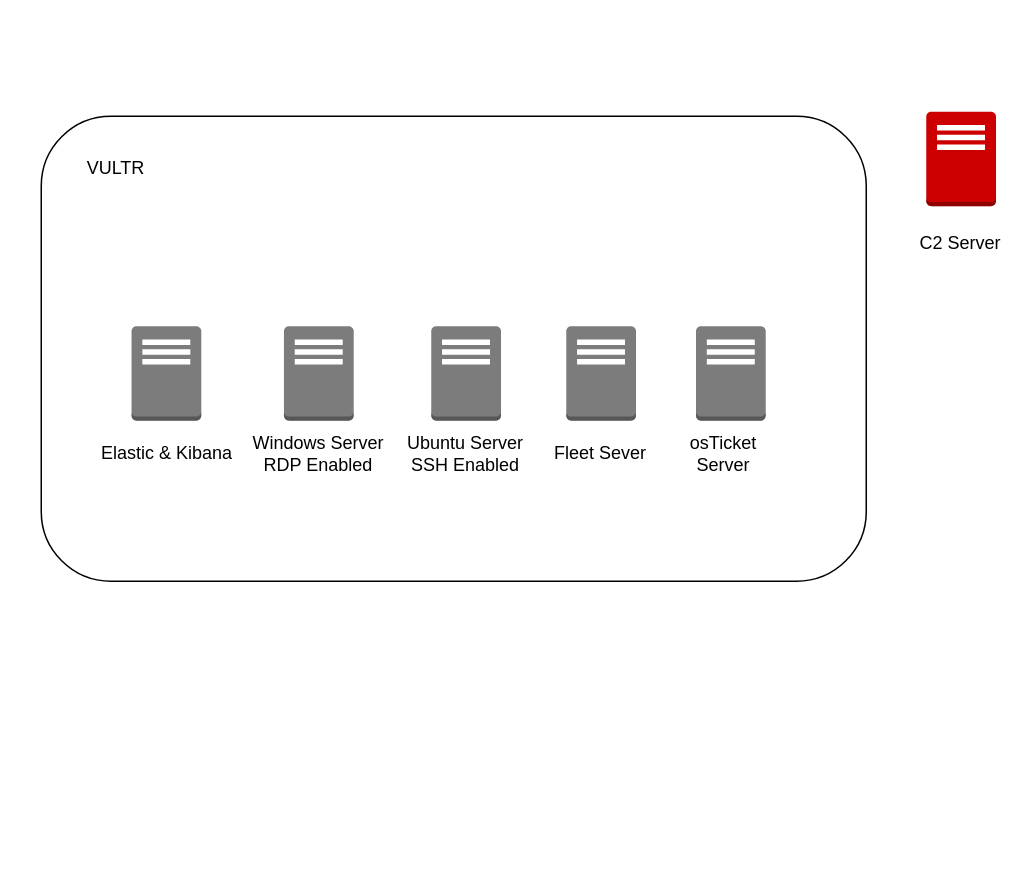
This is Untitled Diagram.drawio from ShowtimeSumlin/SOC-Analyst-Challenge, a draw.io file, before an edit. Source tidied: cells renumbered, new cells numbered last; positions are measured from the earlier drawing's top-left corner, leaving out a move shared by most shapes. Both pictures are drawn from the tidied source at 150%, with x=0, y=0 at pixel (40, 111).
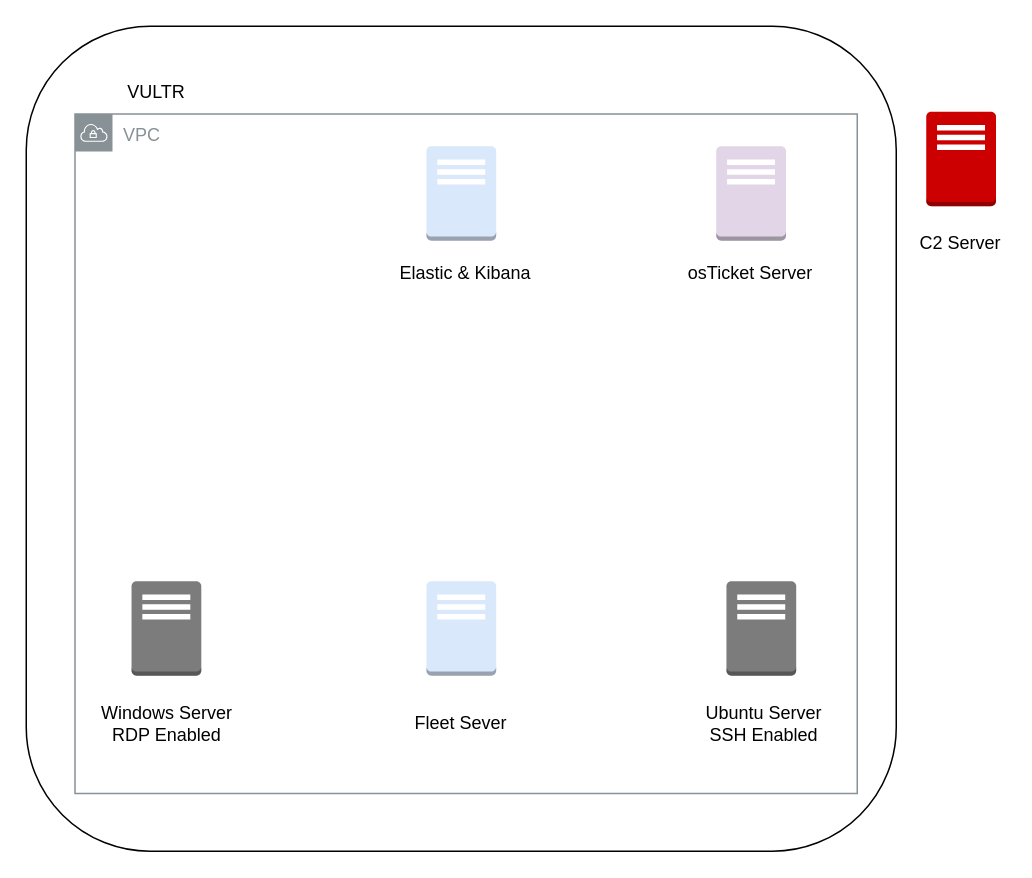
Above is the later version.

What changed in the source:
```diff
@@
 <mxGraphModel>
   <root>
     <mxCell id="0" />
     <mxCell id="1" parent="0" />
     <mxCell id="2" style="rounded=1;whiteSpace=wrap;html=1;" parent="1" vertex="1">
-      <mxGeometry y="3" width="550" height="310" as="geometry" />
+      <mxGeometry x="-10" y="-57" width="580" height="550" as="geometry" />
     </mxCell>
+    <mxCell id="16" value="VPC" style="sketch=0;gradientColor=none;html=1;whiteSpace=wrap;fontSize=12;fontStyle=0;shape=mxgraph.aws4.group;grIcon=mxgraph.aws4.group_vpc;strokeColor=#879196;fillColor=none;verticalAlign=top;align=left;spacingLeft=30;fontColor=#879196;dashed=0;" parent="1" vertex="1">
+      <mxGeometry x="22.5" y="1.5" width="521.5" height="453" as="geometry" />
+    </mxCell>
-    <mxCell id="3" style="dashed=0;verticalLabelPosition=bottom;verticalAlign=top;align=center;html=1;shape=mxgraph.aws3.traditional_server;fillColor=#7D7C7C;gradientColor=none;" parent="1" vertex="1">
-      <mxGeometry x="60.2" y="143" width="46.5" height="63" as="geometry" />
+    <mxCell id="3" style="dashed=0;verticalLabelPosition=bottom;verticalAlign=top;align=center;html=1;shape=mxgraph.aws3.traditional_server;fillColor=#dae8fc;strokeColor=#6c8ebf;" parent="1" vertex="1">
+      <mxGeometry x="256.8" y="23" width="46.5" height="63" as="geometry" />
     </mxCell>
     <mxCell id="4" style="dashed=0;verticalLabelPosition=bottom;verticalAlign=top;align=center;html=1;shape=mxgraph.aws3.traditional_server;fillColor=#7D7C7C;gradientColor=none;" parent="1" vertex="1">
-      <mxGeometry x="161.8" y="143" width="46.5" height="63" as="geometry" />
+      <mxGeometry x="60.2" y="313" width="46.5" height="63" as="geometry" />
     </mxCell>
-    <mxCell id="5" style="dashed=0;verticalLabelPosition=bottom;verticalAlign=top;align=center;html=1;shape=mxgraph.aws3.traditional_server;fillColor=#7D7C7C;gradientColor=none;" parent="1" vertex="1">
-      <mxGeometry x="350" y="143" width="46.5" height="63" as="geometry" />
+    <mxCell id="5" style="dashed=0;verticalLabelPosition=bottom;verticalAlign=top;align=center;html=1;shape=mxgraph.aws3.traditional_server;fillColor=#dae8fc;strokeColor=#6c8ebf;" parent="1" vertex="1">
+      <mxGeometry x="256.8" y="313" width="46.5" height="63" as="geometry" />
     </mxCell>
     <mxCell id="6" style="dashed=0;verticalLabelPosition=bottom;verticalAlign=top;align=center;html=1;shape=mxgraph.aws3.traditional_server;fillColor=#7D7C7C;gradientColor=none;" parent="1" vertex="1">
-      <mxGeometry x="260" y="143" width="46.5" height="63" as="geometry" />
+      <mxGeometry x="456.8" y="313" width="46.5" height="63" as="geometry" />
     </mxCell>
-    <mxCell id="7" style="dashed=0;verticalLabelPosition=bottom;verticalAlign=top;align=center;html=1;shape=mxgraph.aws3.traditional_server;fillColor=#7D7C7C;gradientColor=none;" parent="1" vertex="1">
-      <mxGeometry x="436.5" y="143" width="46.5" height="63" as="geometry" />
+    <mxCell id="7" style="dashed=0;verticalLabelPosition=bottom;verticalAlign=top;align=center;html=1;shape=mxgraph.aws3.traditional_server;fillColor=#e1d5e7;strokeColor=#9673a6;" parent="1" vertex="1">
+      <mxGeometry x="450" y="23" width="46.5" height="63" as="geometry" />
     </mxCell>
     <mxCell id="8" style="dashed=0;verticalLabelPosition=bottom;verticalAlign=top;align=center;html=1;shape=mxgraph.aws3.traditional_server;fillColor=#CC0000;strokeColor=#b85450;" parent="1" vertex="1">
       <mxGeometry x="590" width="46.5" height="63" as="geometry" />
     </mxCell>
     <mxCell id="9" value="VULTR" style="text;html=1;align=center;verticalAlign=middle;whiteSpace=wrap;rounded=0;" parent="1" vertex="1">
-      <mxGeometry x="20" y="23" width="60" height="30" as="geometry" />
+      <mxGeometry x="46.8" y="-28.5" width="60" height="30" as="geometry" />
     </mxCell>
     <mxCell id="10" value="Elastic &amp;amp; Kibana" style="text;html=1;align=center;verticalAlign=middle;whiteSpace=wrap;rounded=0;" parent="1" vertex="1">
-      <mxGeometry x="33.5" y="213" width="100" height="30" as="geometry" />
+      <mxGeometry x="233.2" y="93" width="100" height="30" as="geometry" />
     </mxCell>
     <mxCell id="11" value="Windows Server&lt;div&gt;RDP Enabled&lt;/div&gt;" style="text;html=1;align=center;verticalAlign=middle;whiteSpace=wrap;rounded=0;" parent="1" vertex="1">
-      <mxGeometry x="130" y="213" width="110" height="30" as="geometry" />
+      <mxGeometry x="28.5" y="393" width="110" height="30" as="geometry" />
     </mxCell>
     <mxCell id="12" value="Ubuntu Server&lt;div&gt;SSH Enabled&lt;/div&gt;" style="text;html=1;align=center;verticalAlign=middle;whiteSpace=wrap;rounded=0;" parent="1" vertex="1">
-      <mxGeometry x="223.2" y="213" width="120" height="30" as="geometry" />
+      <mxGeometry x="421.8" y="393" width="120" height="30" as="geometry" />
     </mxCell>
     <mxCell id="13" value="Fleet Sever" style="text;html=1;align=center;verticalAlign=middle;whiteSpace=wrap;rounded=0;" parent="1" vertex="1">
-      <mxGeometry x="333.2" y="213" width="80" height="30" as="geometry" />
+      <mxGeometry x="240" y="393" width="80" height="30" as="geometry" />
     </mxCell>
     <mxCell id="14" value="osTicket Server" style="text;html=1;align=center;verticalAlign=middle;whiteSpace=wrap;rounded=0;" parent="1" vertex="1">
-      <mxGeometry x="413.2" y="213" width="83.5" height="30" as="geometry" />
+      <mxGeometry x="423.2" y="93" width="100" height="30" as="geometry" />
     </mxCell>
     <mxCell id="15" value="C2 Server" style="text;html=1;align=center;verticalAlign=middle;whiteSpace=wrap;rounded=0;" parent="1" vertex="1">
       <mxGeometry x="583.2" y="73" width="60" height="30" as="geometry" />
     </mxCell>
   </root>
 </mxGraphModel>
```
